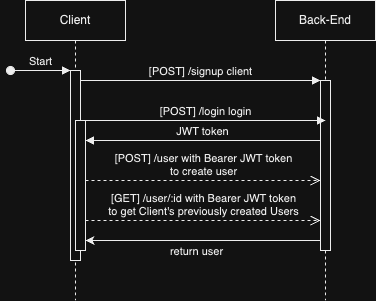
pierrot498/template-nodejs-typescript-postgres keeps this draw.io diagram as sequence-diagram.png. Above is the earlier version. Source tidied: cells renumbered, new cells last; positions are measured from the earlier drawing's top-left corner, leaving out a move shared by most shapes. Source of this version:
```xml
<mxGraphModel>
  <root>
    <mxCell id="0" />
    <mxCell id="1" parent="0" />
    <mxCell id="2" value="Client" style="shape=umlLifeline;perimeter=lifelinePerimeter;whiteSpace=wrap;html=1;newEdgeStyle={&quot;edgeStyle&quot;:&quot;elbowEdgeStyle&quot;,&quot;elbow&quot;:&quot;vertical&quot;,&quot;curved&quot;:0,&quot;rounded&quot;:0};" parent="1" vertex="1">
      <mxGeometry x="15" width="100" height="300" as="geometry" />
    </mxCell>
    <mxCell id="3" style="html=1;points=[];perimeter=orthogonalPerimeter;outlineConnect=0;targetShapes=umlLifeline;portConstraint=eastwest;newEdgeStyle={&quot;edgeStyle&quot;:&quot;elbowEdgeStyle&quot;,&quot;elbow&quot;:&quot;vertical&quot;,&quot;curved&quot;:0,&quot;rounded&quot;:0};" parent="2" vertex="1">
      <mxGeometry x="45" y="70" width="10" height="190" as="geometry" />
    </mxCell>
    <mxCell id="4" value="Start" style="html=1;verticalAlign=bottom;startArrow=oval;endArrow=block;startSize=8;edgeStyle=elbowEdgeStyle;elbow=vertical;curved=0;rounded=0;" parent="2" edge="1" target="3">
      <mxGeometry relative="1" as="geometry">
        <mxPoint x="-15" y="70" as="sourcePoint" />
      </mxGeometry>
    </mxCell>
    <mxCell id="5" style="html=1;perimeter=orthogonalPerimeter;targetShapes=umlLifeline;newEdgeStyle={&quot;edgeStyle&quot;:&quot;elbowEdgeStyle&quot;,&quot;elbow&quot;:&quot;vertical&quot;,&quot;curved&quot;:0,&quot;rounded&quot;:0};" parent="2" vertex="1">
      <mxGeometry x="50" y="120" width="10" height="130" as="geometry" />
    </mxCell>
    <mxCell id="6" value="Back-End" style="shape=umlLifeline;perimeter=lifelinePerimeter;whiteSpace=wrap;html=1;newEdgeStyle={&quot;edgeStyle&quot;:&quot;elbowEdgeStyle&quot;,&quot;elbow&quot;:&quot;vertical&quot;,&quot;curved&quot;:0,&quot;rounded&quot;:0};" parent="1" vertex="1">
      <mxGeometry x="265" width="100" height="300" as="geometry" />
    </mxCell>
    <mxCell id="7" style="html=1;points=[];perimeter=orthogonalPerimeter;outlineConnect=0;targetShapes=umlLifeline;portConstraint=eastwest;newEdgeStyle={&quot;edgeStyle&quot;:&quot;elbowEdgeStyle&quot;,&quot;elbow&quot;:&quot;vertical&quot;,&quot;curved&quot;:0,&quot;rounded&quot;:0};" parent="6" vertex="1">
      <mxGeometry x="45" y="80" width="10" height="170" as="geometry" />
    </mxCell>
    <mxCell id="8" value="[POST] /signup client" style="html=1;verticalAlign=bottom;endArrow=block;edgeStyle=elbowEdgeStyle;elbow=vertical;curved=0;rounded=0;" parent="1" edge="1" source="3" target="7">
      <mxGeometry relative="1" as="geometry">
        <Array as="points">
          <mxPoint x="155" y="80" />
        </Array>
      </mxGeometry>
    </mxCell>
    <mxCell id="9" value="JWT token" style="html=1;verticalAlign=bottom;endArrow=block;edgeStyle=elbowEdgeStyle;elbow=vertical;curved=0;rounded=0;" parent="1" edge="1">
      <mxGeometry relative="1" as="geometry">
        <mxPoint x="310" y="140" as="sourcePoint" />
        <mxPoint x="75" y="140" as="targetPoint" />
        <Array as="points">
          <mxPoint x="165" y="140" />
        </Array>
      </mxGeometry>
    </mxCell>
    <mxCell id="10" value="[POST] /user with Bearer JWT token&lt;br&gt;to create user" style="html=1;verticalAlign=bottom;endArrow=open;dashed=1;endSize=8;edgeStyle=elbowEdgeStyle;elbow=vertical;curved=0;rounded=0;" parent="1" edge="1">
      <mxGeometry relative="1" as="geometry">
        <mxPoint x="75" y="180" as="sourcePoint" />
        <mxPoint x="310" y="180" as="targetPoint" />
        <Array as="points">
          <mxPoint x="105" y="180" />
          <mxPoint x="155" y="205" />
        </Array>
      </mxGeometry>
    </mxCell>
    <mxCell id="11" value="[POST] /login login" style="html=1;verticalAlign=bottom;endArrow=block;edgeStyle=elbowEdgeStyle;elbow=vertical;curved=0;rounded=0;" parent="1" edge="1">
      <mxGeometry relative="1" as="geometry">
        <mxPoint x="75" y="120" as="sourcePoint" />
        <mxPoint x="315" y="120" as="targetPoint" />
        <Array as="points">
          <mxPoint x="160" y="120" />
        </Array>
      </mxGeometry>
    </mxCell>
    <mxCell id="12" style="endArrow=classic;html=1;rounded=0;" parent="1" edge="1">
      <mxGeometry relative="1" as="geometry">
        <mxPoint x="310" y="240" as="sourcePoint" />
        <mxPoint x="75" y="240" as="targetPoint" />
      </mxGeometry>
    </mxCell>
    <mxCell id="13" value="return user" style="edgeLabel;html=1;align=center;verticalAlign=middle;" parent="12" vertex="1">
      <mxGeometry x="0.39" y="-3" relative="1" as="geometry">
        <mxPoint x="38" y="13" as="offset" />
      </mxGeometry>
    </mxCell>
    <mxCell id="14" value="[GET] /user/:id with Bearer JWT token&lt;br&gt;to get Client's previously created Users" style="html=1;verticalAlign=bottom;endArrow=open;dashed=1;endSize=8;edgeStyle=elbowEdgeStyle;elbow=vertical;curved=0;rounded=0;" parent="1" edge="1">
      <mxGeometry relative="1" as="geometry">
        <mxPoint x="75" y="220" as="sourcePoint" />
        <mxPoint x="310" y="220" as="targetPoint" />
        <Array as="points">
          <mxPoint x="105" y="220" />
          <mxPoint x="155" y="245" />
        </Array>
      </mxGeometry>
    </mxCell>
  </root>
</mxGraphModel>
```
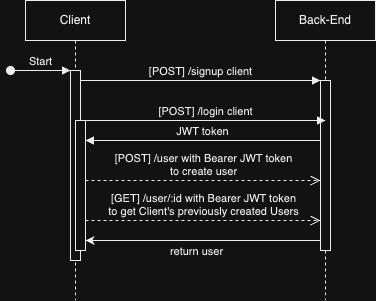
The same file after the commit.

Diff of the diagram source:
```diff
@@ -48,7 +48,7 @@
         </Array>
       </mxGeometry>
     </mxCell>
-    <mxCell id="11" value="[POST] /login login" style="html=1;verticalAlign=bottom;endArrow=block;edgeStyle=elbowEdgeStyle;elbow=vertical;curved=0;rounded=0;" parent="1" edge="1">
+    <mxCell id="11" value="[POST] /login client" style="html=1;verticalAlign=bottom;endArrow=block;edgeStyle=elbowEdgeStyle;elbow=vertical;curved=0;rounded=0;" parent="1" edge="1">
       <mxGeometry relative="1" as="geometry">
         <mxPoint x="75" y="120" as="sourcePoint" />
         <mxPoint x="315" y="120" as="targetPoint" />
```
